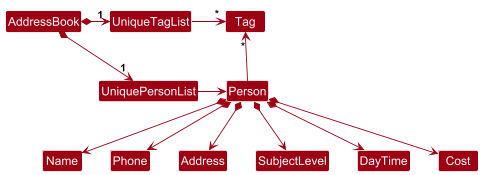
Cheeden/tp keeps this PlantUML diagram as docs/images/BetterModelClassDiagram.png. Above is the earlier version.
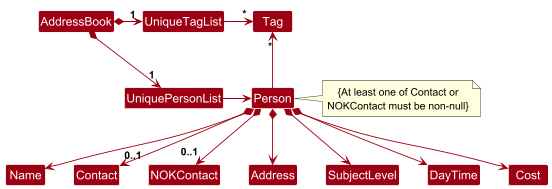
The same diagram one commit later.

Commit message:
Add NOK Contact into UML model diagram

What changed in the source:
```diff
@@ -7,7 +7,6 @@
 AddressBook *-right-> "1" UniquePersonList
 AddressBook *-right-> "1" UniqueTagList
 UniqueTagList -[hidden]down- UniquePersonList
-UniqueTagList -[hidden]down- UniquePersonList
 
 UniqueTagList -right-> "*" Tag
 UniquePersonList -right-> Person
@@ -15,9 +14,15 @@
 Person -up-> "*" Tag
 
 Person *--> Name
-Person *--> Phone
+Person *--> "0..1" Contact
+Person *--> "0..1" NOKContact
 Person *--> Address
 Person *--> SubjectLevel
 Person *--> DayTime
 Person *--> Cost
+
+note right of Person
+{At least one of Contact or
+NOKContact must be non-null}
+end note
 @enduml
```
